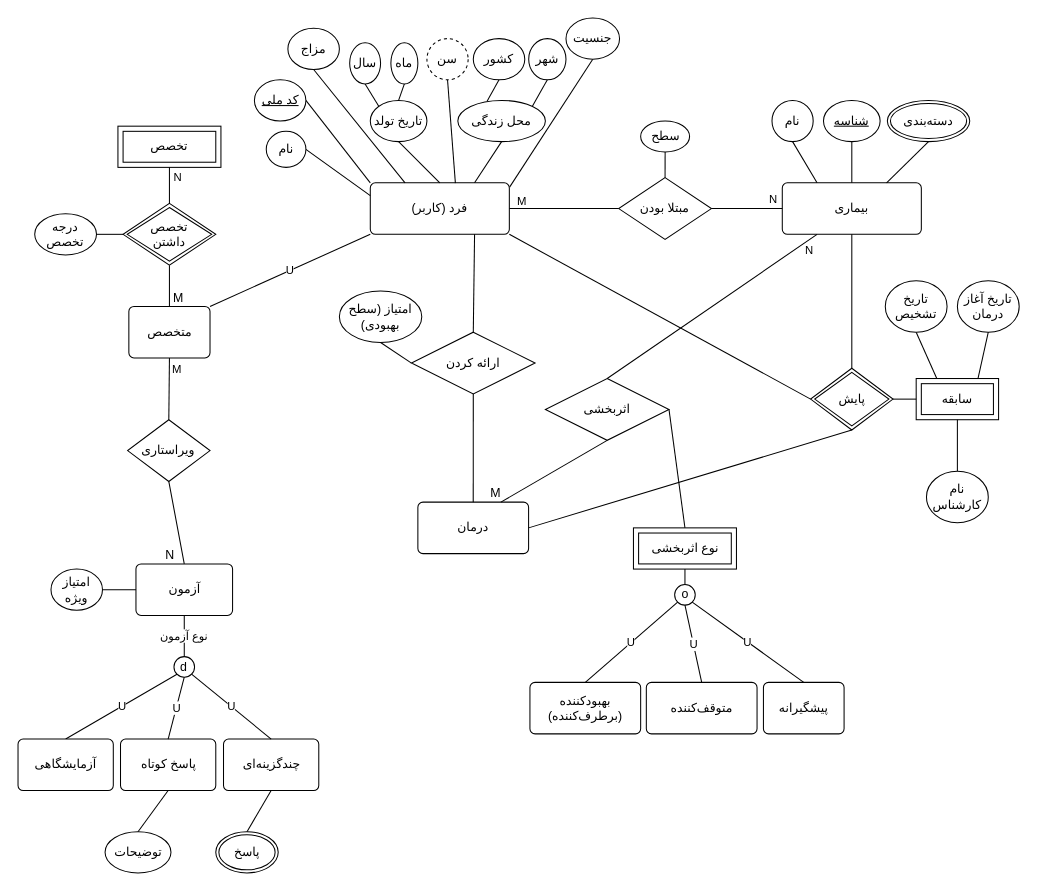
Above: diagrams/eer.drawio in machitgarha/darmana (draw.io), before the change. Source tidied: cells renumbered, new cells numbered last; positions are measured from the earlier drawing's top-left corner, leaving out a move shared by most shapes. Both pictures are drawn from the tidied source at 103%, with x=0, y=0 at pixel (18, 18).
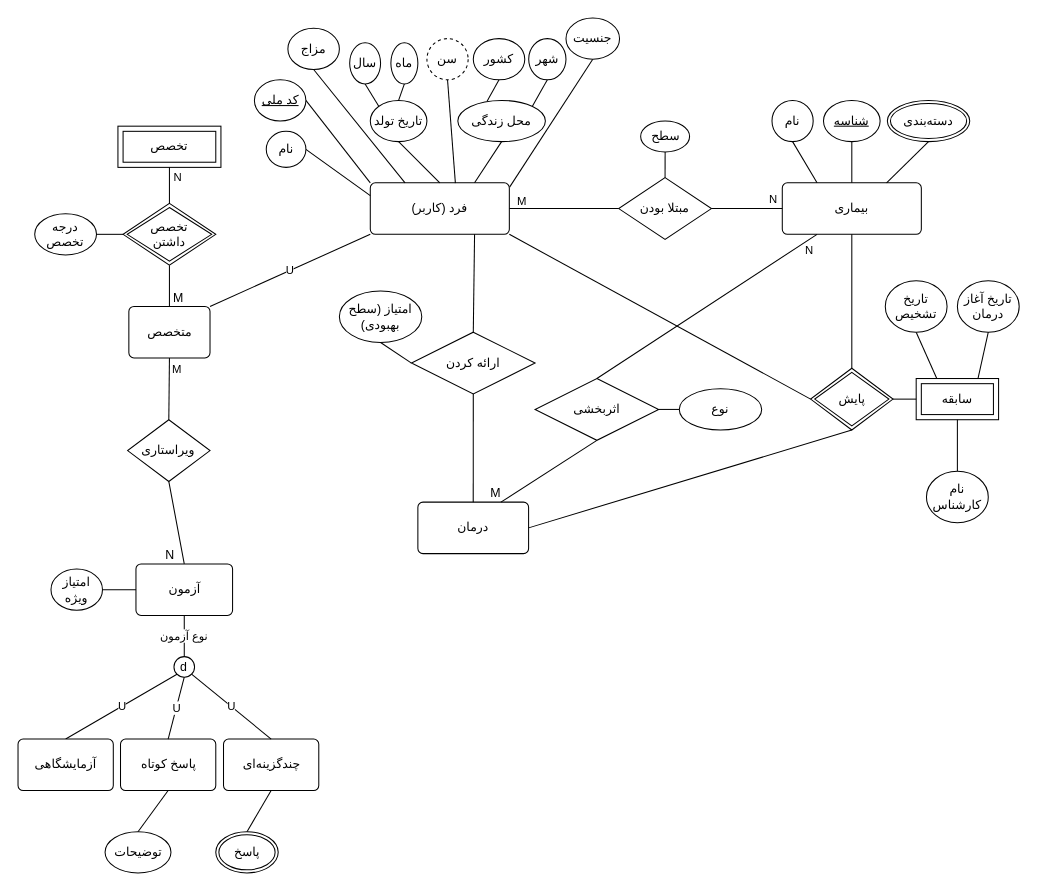
After the change.

Commit message:
EER: Make influence type its property instead of a weak entity

What changed in the source:
```diff
@@
-    <mxCell id="54" style="endArrow=none;html=1;rounded=0;exitX=0.5;exitY=1;exitDx=0;exitDy=0;entryX=0.5;entryY=0;entryDx=0;entryDy=0;" parent="1" edge="1" source="83" target="55">
-      <mxGeometry relative="1" as="geometry" />
-    </mxCell>
-    <mxCell id="55" value="o" style="ellipse;whiteSpace=wrap;html=1;" parent="1" vertex="1">
-      <mxGeometry x="637.5" y="550" width="20" height="20" as="geometry" />
-    </mxCell>
-    <mxCell id="56" value="U" style="endArrow=none;html=1;rounded=0;entryX=0;entryY=1;entryDx=0;entryDy=0;exitX=0.5;exitY=0;exitDx=0;exitDy=0;" parent="1" edge="1" source="59" target="55">
-      <mxGeometry relative="1" as="geometry" />
-    </mxCell>
-    <mxCell id="57" value="U" style="endArrow=none;html=1;rounded=0;entryX=0.5;entryY=1;entryDx=0;entryDy=0;exitX=0.5;exitY=0;exitDx=0;exitDy=0;" parent="1" edge="1" source="60" target="55">
-      <mxGeometry relative="1" as="geometry" />
-    </mxCell>
-    <mxCell id="58" value="U" style="endArrow=none;html=1;rounded=0;entryX=1;entryY=1;entryDx=0;entryDy=0;exitX=0.5;exitY=0;exitDx=0;exitDy=0;" parent="1" edge="1" source="61" target="55">
-      <mxGeometry relative="1" as="geometry" />
-    </mxCell>
-    <mxCell id="59" value="&lt;div&gt;بهبودکننده&lt;br&gt;&lt;/div&gt;&lt;div&gt;(برطرف‌کننده)&lt;br&gt;&lt;/div&gt;" style="rounded=1;arcSize=10;whiteSpace=wrap;html=1;align=center;" parent="1" vertex="1">
-      <mxGeometry x="497" y="645" width="107.5" height="50" as="geometry" />
-    </mxCell>
-    <mxCell id="60" value="متوقف‌کننده" style="rounded=1;arcSize=10;whiteSpace=wrap;html=1;align=center;" parent="1" vertex="1">
-      <mxGeometry x="610" y="645" width="107.5" height="50" as="geometry" />
-    </mxCell>
-    <mxCell id="61" value="&lt;div&gt;پیشگیرانه&lt;/div&gt;" style="rounded=1;arcSize=10;whiteSpace=wrap;html=1;align=center;" parent="1" vertex="1">
-      <mxGeometry x="723.7" y="645" width="78.3" height="50" as="geometry" />
-    </mxCell>
@@
     <mxCell id="74" value="اثربخشی" style="shape=rhombus;perimeter=rhombusPerimeter;whiteSpace=wrap;html=1;align=center;" parent="1" vertex="1">
-      <mxGeometry x="512" y="350" width="120" height="60" as="geometry" />
+      <mxGeometry x="502" y="350" width="120" height="60" as="geometry" />
     </mxCell>
@@
-    <mxCell id="80" style="endArrow=none;html=1;rounded=0;exitX=1;exitY=0.5;exitDx=0;exitDy=0;entryX=0.5;entryY=0;entryDx=0;entryDy=0;" parent="1" edge="1" source="74" target="83">
+    <mxCell id="80" style="endArrow=none;html=1;rounded=0;exitX=1;exitY=0.5;exitDx=0;exitDy=0;entryX=0;entryY=0.5;entryDx=0;entryDy=0;" parent="1" edge="1" source="74" target="109">
       <mxGeometry relative="1" as="geometry" />
     </mxCell>
@@
-    <mxCell id="82" value="&lt;div&gt;&lt;br&gt;&lt;/div&gt;&lt;div&gt;&lt;br&gt;&lt;/div&gt;" style="html=1;align=right;verticalAlign=bottom;" parent="80" vertex="1">
-      <mxGeometry x="1" relative="1" as="geometry" />
-    </mxCell>
-    <mxCell id="83" value="نوع اثربخشی" style="shape=ext;margin=3;double=1;whiteSpace=wrap;html=1;align=center;labelBackgroundColor=none;" parent="1" vertex="1">
-      <mxGeometry x="597.5" y="495" width="100" height="40" as="geometry" />
-    </mxCell>
@@
+    <mxCell id="109" value="نوع" style="ellipse;margin=3;whiteSpace=wrap;html=1;align=center;labelBackgroundColor=none;" parent="1" vertex="1">
+      <mxGeometry x="642" y="360" width="80" height="40" as="geometry" />
+    </mxCell>
```
